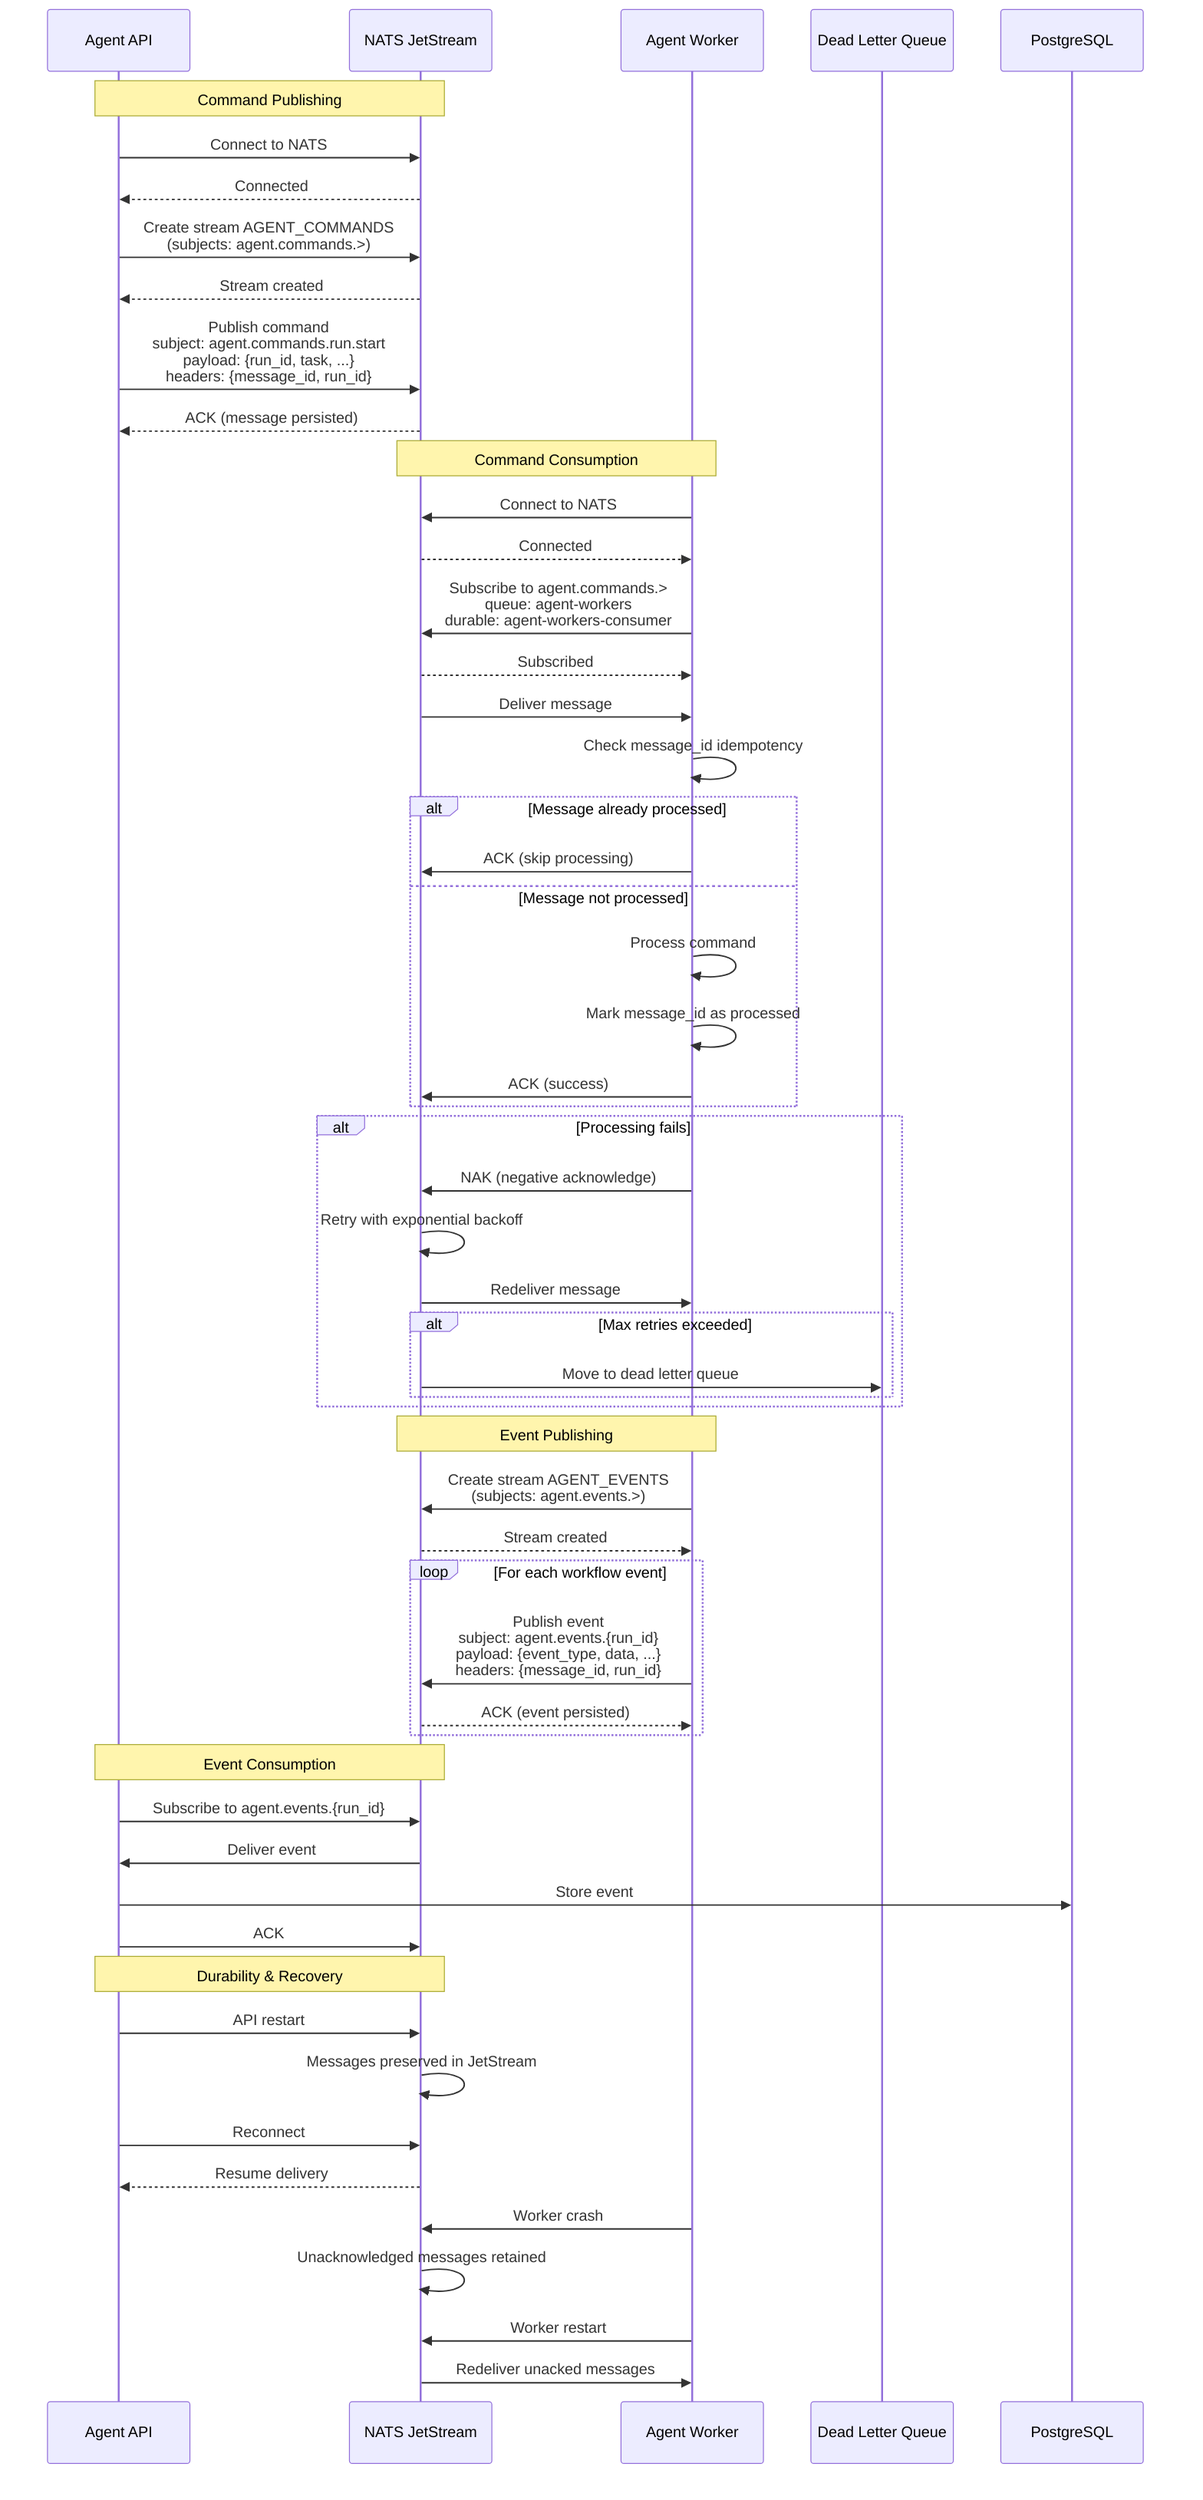
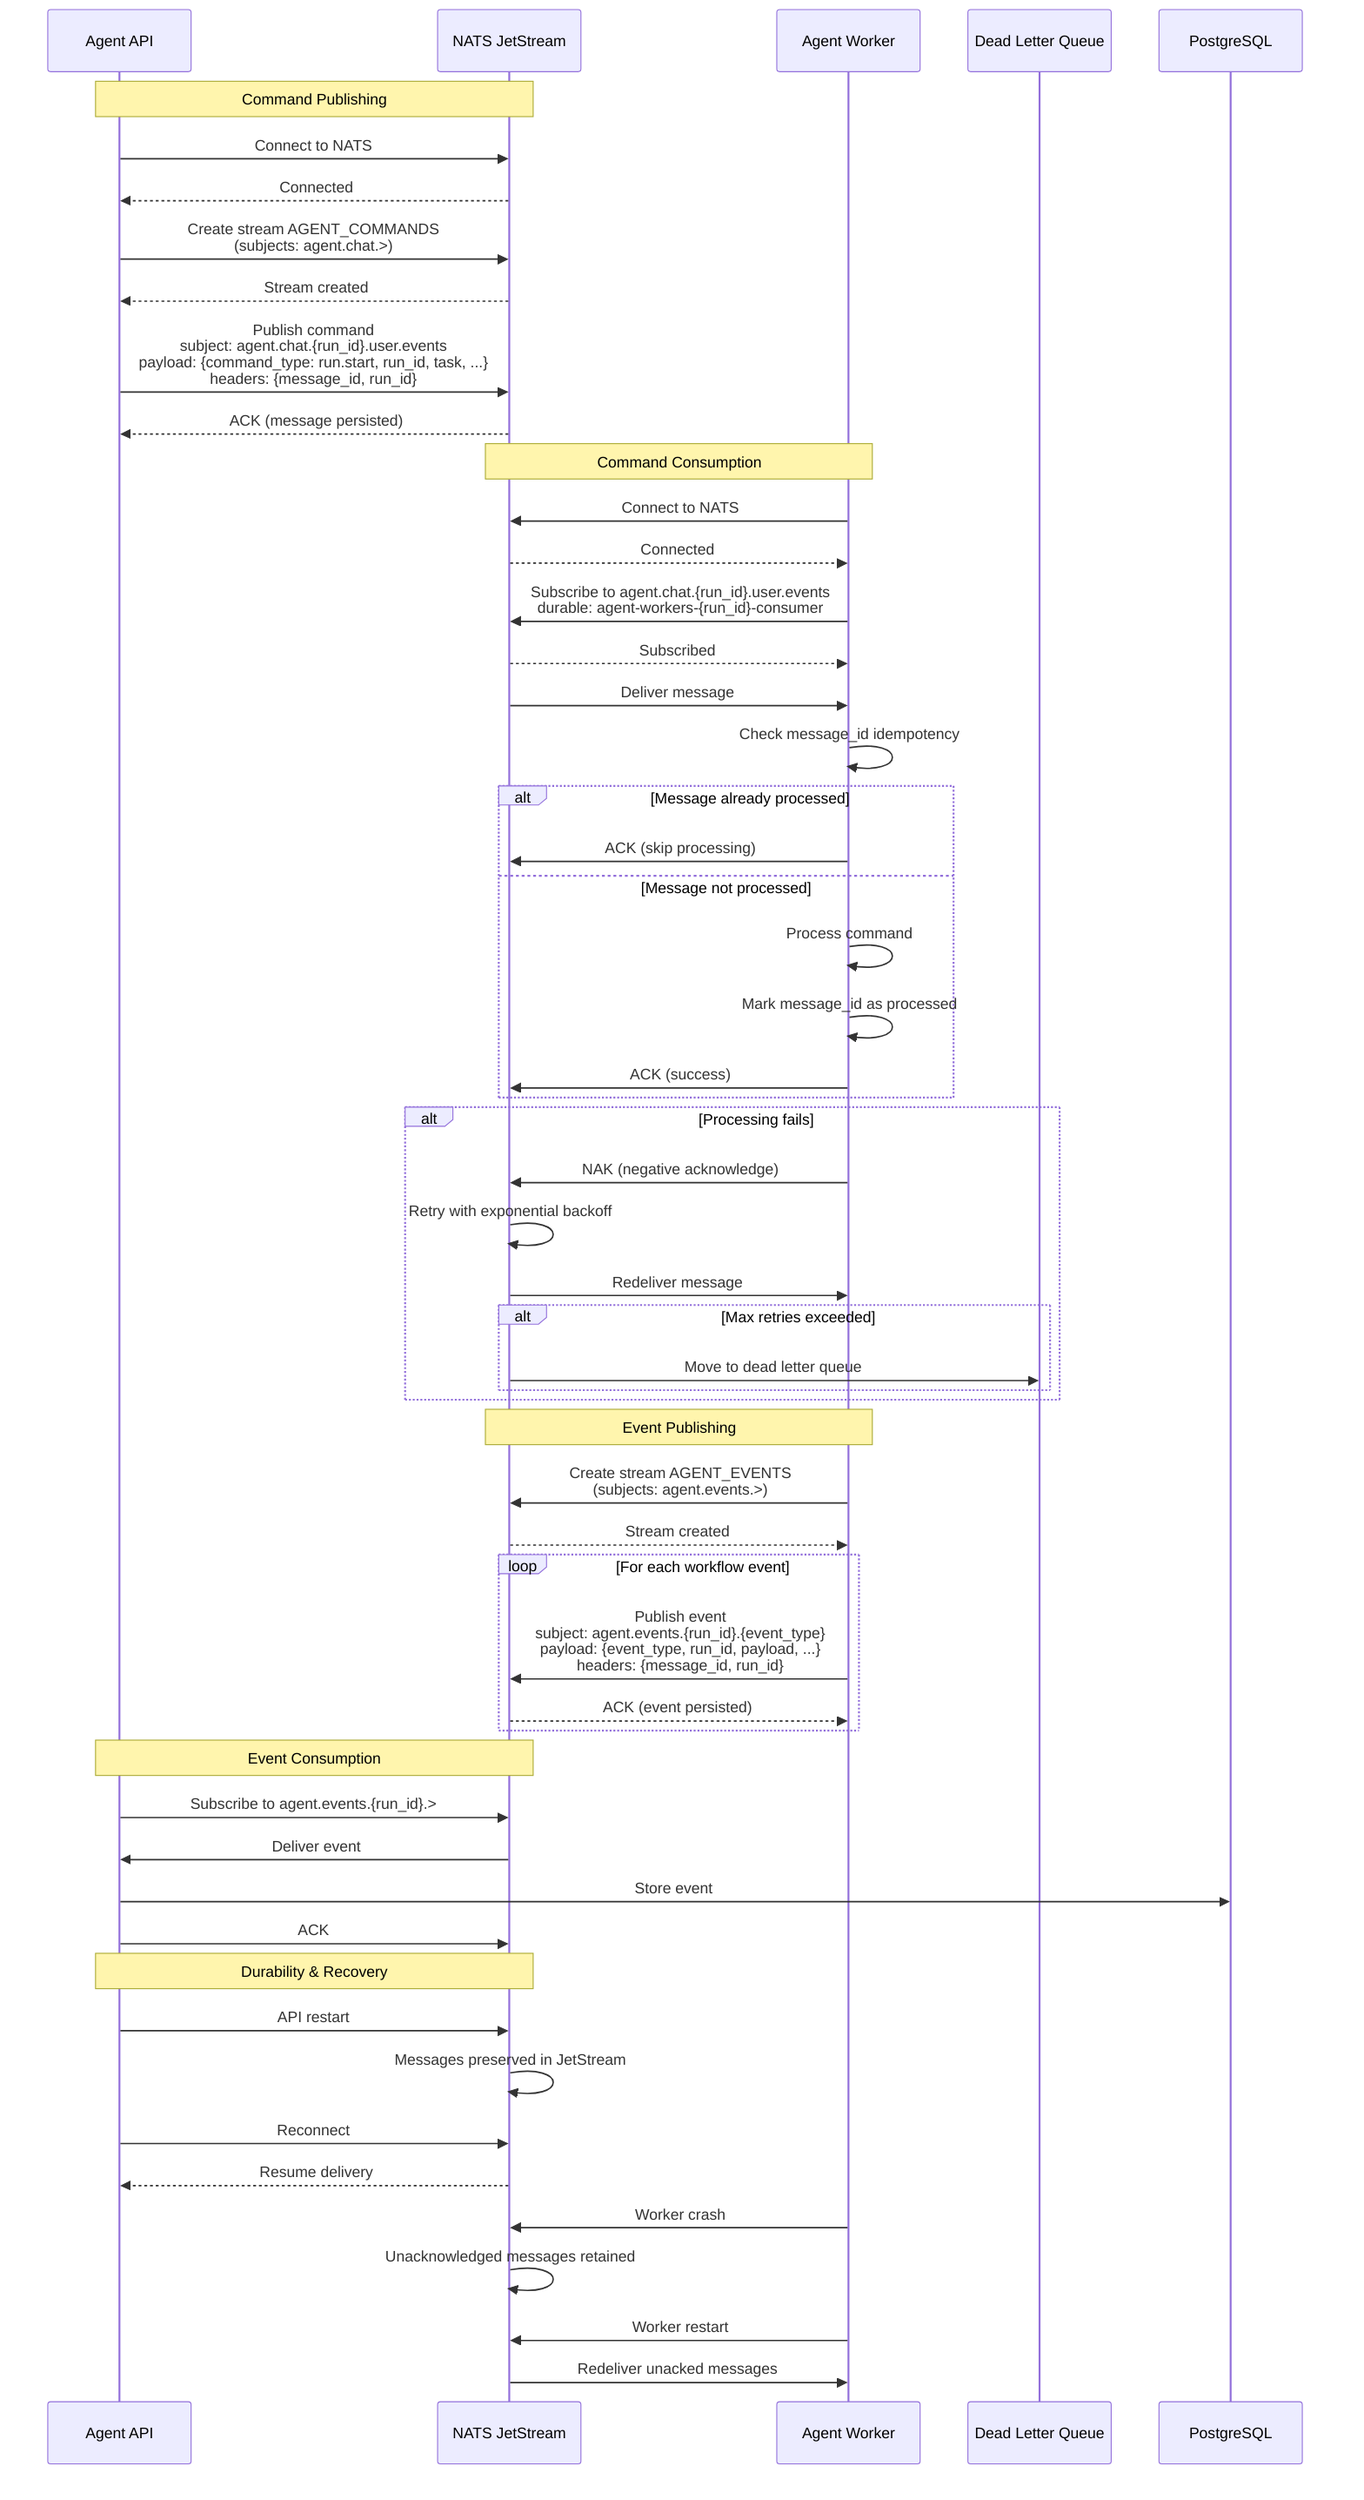
sequenceDiagram
    participant API as Agent API
    participant NATS as NATS JetStream
    participant Worker as Agent Worker
    participant DLQ as Dead Letter Queue

    Note over API,NATS: Command Publishing
    API->>NATS: Connect to NATS
    NATS-->>API: Connected
-     API->>NATS: Create stream AGENT_COMMANDS<br/>(subjects: agent.commands.>)
+     API->>NATS: Create stream AGENT_COMMANDS<br/>(subjects: agent.chat.>)
    NATS-->>API: Stream created

-     API->>NATS: Publish command<br/>subject: agent.commands.run.start<br/>payload: {run_id, task, ...}<br/>headers: {message_id, run_id}
+     API->>NATS: Publish command<br/>subject: agent.chat.{run_id}.user.events<br/>payload: {command_type: run.start, run_id, task, ...}<br/>headers: {message_id, run_id}
    NATS-->>API: ACK (message persisted)

    Note over NATS,Worker: Command Consumption
    Worker->>NATS: Connect to NATS
    NATS-->>Worker: Connected
-     Worker->>NATS: Subscribe to agent.commands.><br/>queue: agent-workers<br/>durable: agent-workers-consumer
+     Worker->>NATS: Subscribe to agent.chat.{run_id}.user.events<br/>durable: agent-workers-{run_id}-consumer
    NATS-->>Worker: Subscribed

    NATS->>Worker: Deliver message
    Worker->>Worker: Check message_id idempotency
    alt Message already processed
        Worker->>NATS: ACK (skip processing)
    else Message not processed
        Worker->>Worker: Process command
        Worker->>Worker: Mark message_id as processed
        Worker->>NATS: ACK (success)
    end

    alt Processing fails
        Worker->>NATS: NAK (negative acknowledge)
        NATS->>NATS: Retry with exponential backoff
        NATS->>Worker: Redeliver message
        alt Max retries exceeded
            NATS->>DLQ: Move to dead letter queue
        end
    end

    Note over Worker,NATS: Event Publishing
    Worker->>NATS: Create stream AGENT_EVENTS<br/>(subjects: agent.events.>)
    NATS-->>Worker: Stream created

    loop For each workflow event
-         Worker->>NATS: Publish event<br/>subject: agent.events.{run_id}<br/>payload: {event_type, data, ...}<br/>headers: {message_id, run_id}
+         Worker->>NATS: Publish event<br/>subject: agent.events.{run_id}.{event_type}<br/>payload: {event_type, run_id, payload, ...}<br/>headers: {message_id, run_id}
        NATS-->>Worker: ACK (event persisted)
    end

    Note over NATS,API: Event Consumption
-     API->>NATS: Subscribe to agent.events.{run_id}
+     API->>NATS: Subscribe to agent.events.{run_id}.>
    NATS->>API: Deliver event
    API->>PostgreSQL: Store event
    API->>NATS: ACK

    Note over API,NATS: Durability & Recovery
    API->>NATS: API restart
    NATS->>NATS: Messages preserved in JetStream
    API->>NATS: Reconnect
    NATS-->>API: Resume delivery

    Worker->>NATS: Worker crash
    NATS->>NATS: Unacknowledged messages retained
    Worker->>NATS: Worker restart
    NATS->>Worker: Redeliver unacked messages
